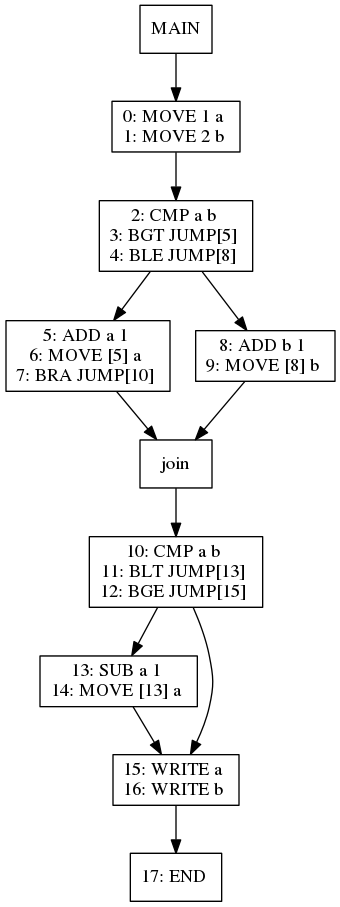
Before: viz/test007.dot.png, a diagram exported from Graphviz (jiahanwang/PL241-Compiler). Its source is kept beside it as viz/test007.dot.
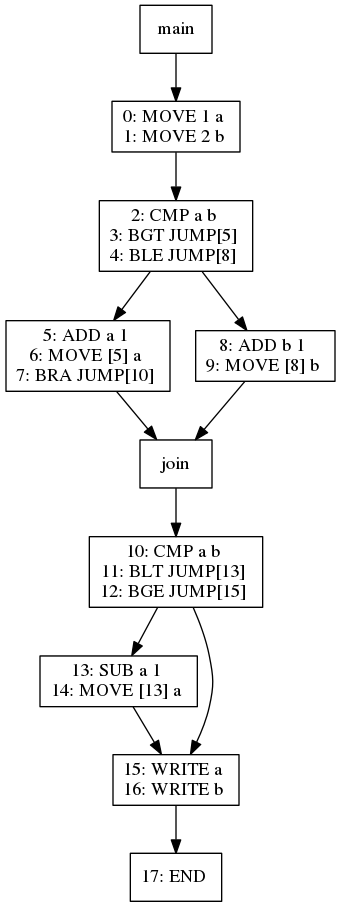
Above is the later version.

Change to the diagram source:
```diff
@@ -1,42 +1,42 @@
 digraph test007 {
 node [shape=box]
-1[label="MAIN"]
-1 -> 3
-3[label="0: MOVE 1 a
+112[label="main"]
+112 -> 114
+114[label="0: MOVE 1 a
 1: MOVE 2 b
 "]
-3 -> 5
-5[label="2: CMP a b
+114 -> 116
+116[label="2: CMP a b
 3: BGT JUMP[5]
 4: BLE JUMP[8]
 "]
-5 -> 7
-7[label="5: ADD a 1
+116 -> 118
+118[label="5: ADD a 1
 6: MOVE [5] a
 7: BRA JUMP[10]
 "]
-7 -> 6
-6[label="join"]
-6 -> 9
-9[label="10: CMP a b
+118 -> 117
+117[label="join"]
+117 -> 120
+120[label="10: CMP a b
 11: BLT JUMP[13]
 12: BGE JUMP[15]
 "]
-9 -> 11
-11[label="13: SUB a 1
+120 -> 122
+122[label="13: SUB a 1
 14: MOVE [13] a
 "]
-11 -> 10
-10[label="15: WRITE a
+122 -> 121
+121[label="15: WRITE a
 16: WRITE b
 "]
-10 -> 14
-14[label="17: END
+121 -> 125
+125[label="17: END
 "]
-9 -> 10
-5 -> 8
-8[label="8: ADD b 1
+120 -> 121
+116 -> 119
+119[label="8: ADD b 1
 9: MOVE [8] b
 "]
-8 -> 6
+119 -> 117
 }
```
